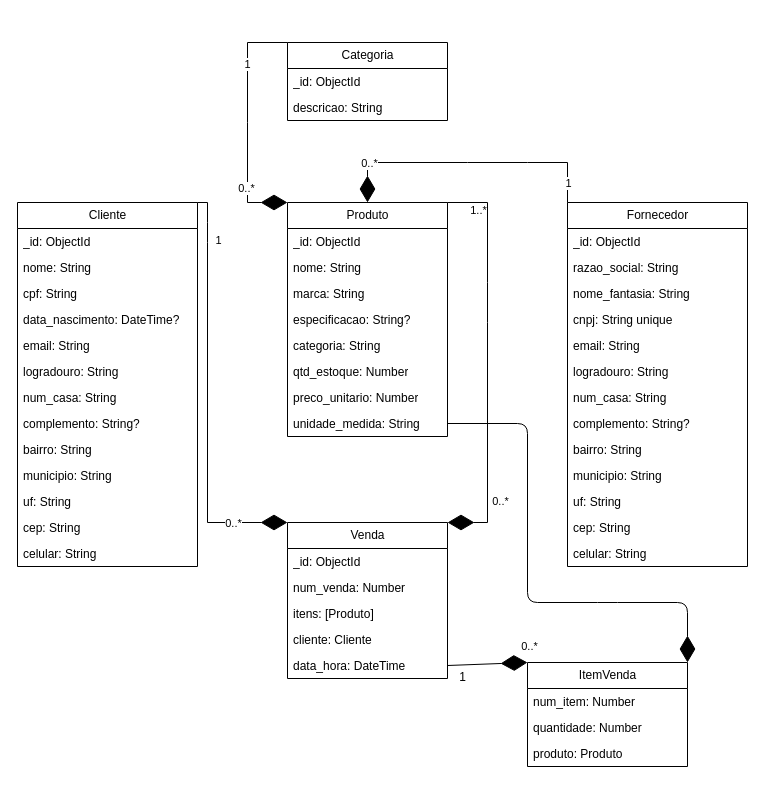
The draw.io diagram docs/NoAm.drawio in jgabrielgalvao/bn-not-2024-2, before the edit. Source tidied: cells renumbered, new cells numbered last; positions are measured from the earlier drawing's top-left corner, leaving out a move shared by most shapes. Both pictures are drawn from the tidied source at 100%, with x=0, y=0 at pixel (17, 42).
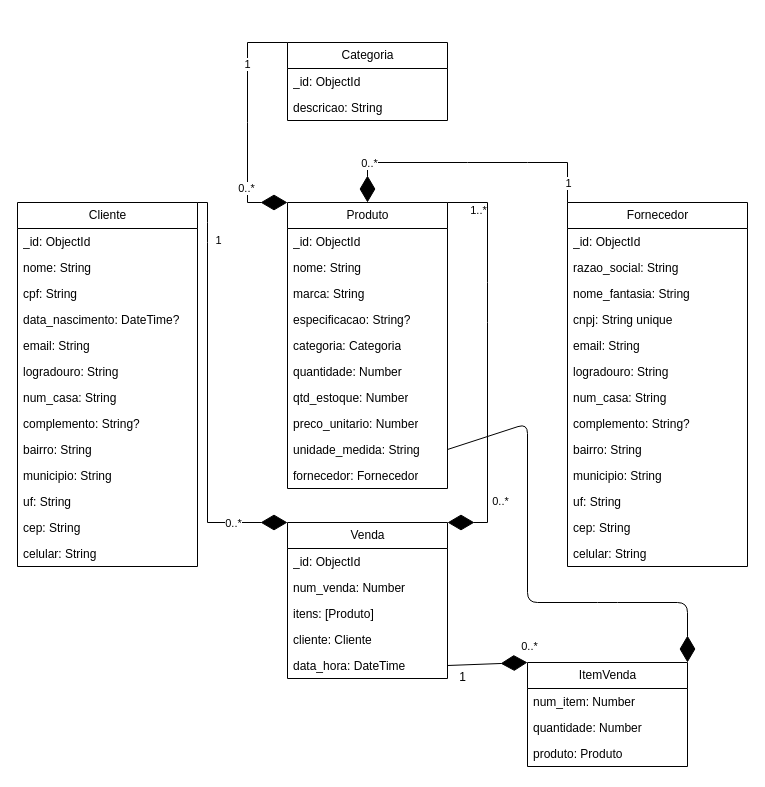
The same page after the edit.

Change to the diagram source:
```diff
@@
     <mxCell id="16" value="Produto" style="swimlane;fontStyle=0;horizontal=1;startSize=26;fillColor=none;html=1;rounded=0;" parent="1" vertex="1">
-      <mxGeometry x="270" y="160" width="160" height="234" as="geometry" />
+      <mxGeometry x="270" y="160" width="160" height="286" as="geometry" />
     </mxCell>
@@
-    <mxCell id="21" value="categoria: String" style="text;strokeColor=none;fillColor=none;align=left;verticalAlign=top;spacingLeft=4;spacingRight=4;overflow=hidden;whiteSpace=wrap;html=1;rounded=0;" parent="16" vertex="1">
+    <mxCell id="21" value="categoria: Categoria" style="text;strokeColor=none;fillColor=none;align=left;verticalAlign=top;spacingLeft=4;spacingRight=4;overflow=hidden;whiteSpace=wrap;html=1;rounded=0;" parent="16" vertex="1">
       <mxGeometry y="130" width="160" height="26" as="geometry" />
     </mxCell>
+    <mxCell id="68" value="quantidade: Number" style="text;strokeColor=none;fillColor=none;align=left;verticalAlign=top;spacingLeft=4;spacingRight=4;overflow=hidden;whiteSpace=wrap;html=1;rounded=0;" parent="16" vertex="1">
+      <mxGeometry y="156" width="160" height="26" as="geometry" />
+    </mxCell>
     <mxCell id="22" value="qtd_estoque: Number" style="text;strokeColor=none;fillColor=none;align=left;verticalAlign=top;spacingLeft=4;spacingRight=4;overflow=hidden;whiteSpace=wrap;html=1;rounded=0;" parent="16" vertex="1">
-      <mxGeometry y="156" width="160" height="26" as="geometry" />
+      <mxGeometry y="182" width="160" height="26" as="geometry" />
     </mxCell>
     <mxCell id="23" value="preco_unitario: Number" style="text;strokeColor=none;fillColor=none;align=left;verticalAlign=top;spacingLeft=4;spacingRight=4;overflow=hidden;whiteSpace=wrap;html=1;rounded=0;" parent="16" vertex="1">
-      <mxGeometry y="182" width="160" height="26" as="geometry" />
+      <mxGeometry y="208" width="160" height="26" as="geometry" />
     </mxCell>
     <mxCell id="24" value="unidade_medida: String" style="text;strokeColor=none;fillColor=none;align=left;verticalAlign=top;spacingLeft=4;spacingRight=4;overflow=hidden;points=[[0,0.5],[1,0.5]];portConstraint=eastwest;whiteSpace=wrap;html=1;rounded=0;" parent="16" vertex="1">
-      <mxGeometry y="208" width="160" height="26" as="geometry" />
+      <mxGeometry y="234" width="160" height="26" as="geometry" />
     </mxCell>
+    <mxCell id="69" value="fornecedor: Fornecedor" style="text;strokeColor=none;fillColor=none;align=left;verticalAlign=top;spacingLeft=4;spacingRight=4;overflow=hidden;whiteSpace=wrap;html=1;rounded=0;" parent="16" vertex="1">
+      <mxGeometry y="260" width="160" height="26" as="geometry" />
+    </mxCell>
```
